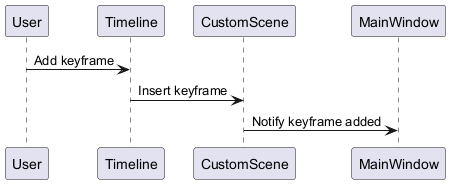
Before: html/inline_umlgraph_12.png, a diagram exported from PlantUML (ChihiroYamashita/cg-repo).
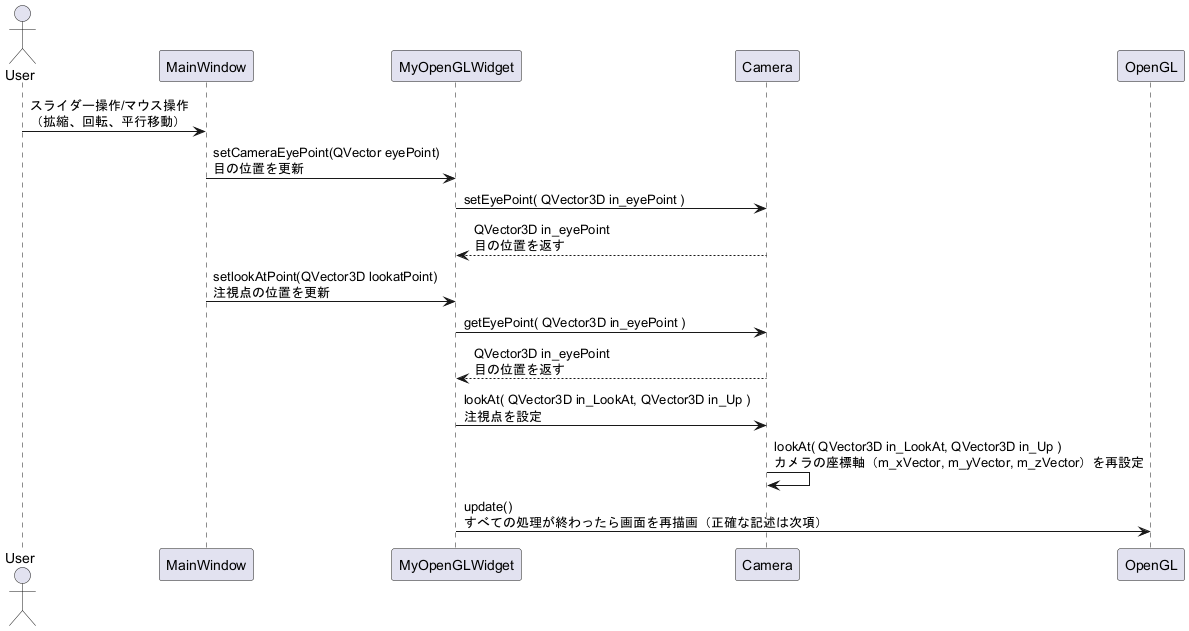
After the change.

Diff of the diagram source:
```diff
@@ -1,5 +1,17 @@
 @startuml inline_umlgraph_12.png
-User -> Timeline : Add keyframe
-Timeline -> CustomScene : Insert keyframe
-CustomScene -> MainWindow : Notify keyframe added
+actor User
+
+User -> MainWindow : スライダー操作/マウス操作\n（拡縮、回転、平行移動）
+MainWindow -> MyOpenGLWidget : setCameraEyePoint(QVector eyePoint)\n目の位置を更新
+MyOpenGLWidget -> Camera : setEyePoint( QVector3D in_eyePoint )
+Camera --> MyOpenGLWidget : QVector3D in_eyePoint\n目の位置を返す
+
+MainWindow -> MyOpenGLWidget : setlookAtPoint(QVector3D lookatPoint)\n注視点の位置を更新
+MyOpenGLWidget -> Camera : getEyePoint( QVector3D in_eyePoint )
+Camera --> MyOpenGLWidget : QVector3D in_eyePoint\n目の位置を返す
+MyOpenGLWidget -> Camera :lookAt( QVector3D in_LookAt, QVector3D in_Up )\n注視点を設定
+Camera -> Camera  : lookAt( QVector3D in_LookAt, QVector3D in_Up )\nカメラの座標軸（m_xVector, m_yVector, m_zVector）を再設定
+
+
+MyOpenGLWidget -> OpenGL : update()\nすべての処理が終わったら画面を再描画（正確な記述は次項）
 @enduml
```
